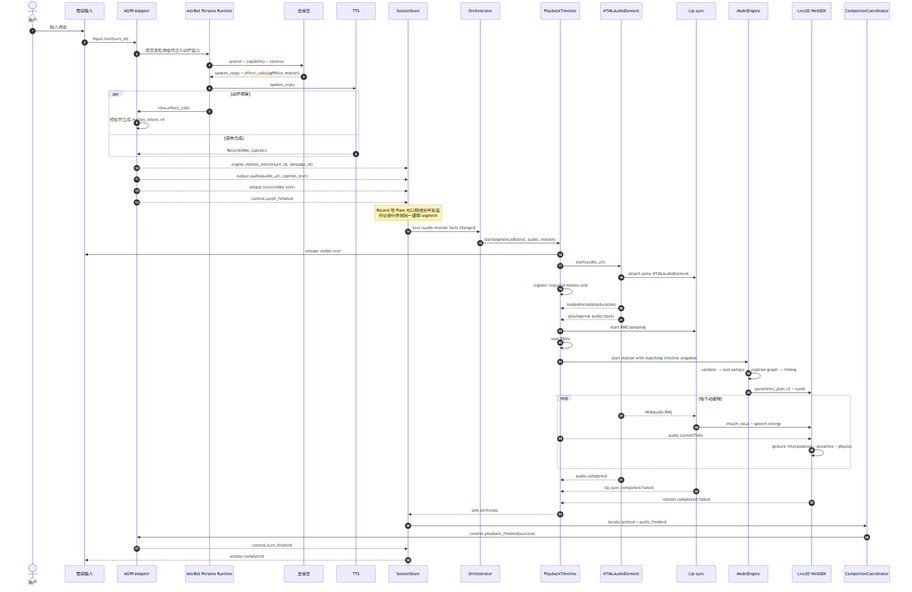
Before: docs/01-架构与结构/05-端到端消息播放时序图-正常播放时序.png, a diagram exported from Mermaid (murphys7017/AG99live). Its source is kept beside it as docs/01-架构与结构/05-端到端消息播放时序图-正常播放时序.mmd.
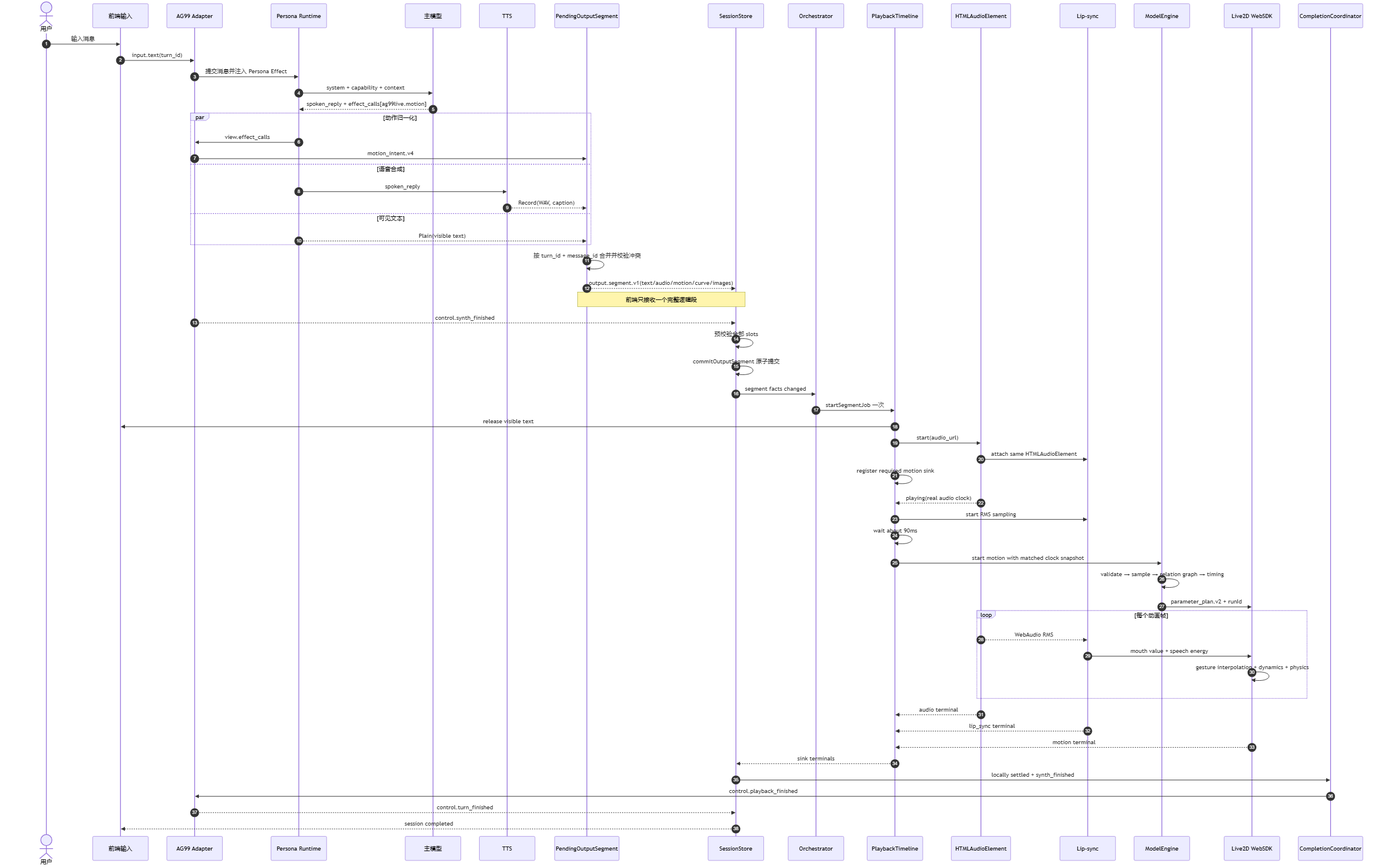
Later version of the same file.

The edit, as a diff of the source:
```diff
@@ -3,9 +3,10 @@
     actor User as 用户
     participant UI as 前端输入
     participant Adapter as AG99 Adapter
-    participant AstrBot as AstrBot Persona Runtime
+    participant AstrBot as Persona Runtime
     participant LLM as 主模型
     participant TTS as TTS
+    participant Buffer as PendingOutputSegment
     participant Store as SessionStore
     participant Orch as Orchestrator
     participant Timeline as PlaybackTimeline
@@ -17,49 +18,49 @@
 
     User->>UI: 输入消息
     UI->>Adapter: input.text(turn_id)
-    Adapter->>AstrBot: 提交本轮消息并注入动作能力
+    Adapter->>AstrBot: 提交消息并注入 Persona Effect
     AstrBot->>LLM: system + capability + context
     LLM-->>AstrBot: spoken_reply + effect_calls[ag99live.motion]
-    AstrBot->>TTS: spoken_reply
-    par 动作结果
+    par 动作归一化
         AstrBot->>Adapter: view.effect_calls
-        Adapter->>Adapter: 校验并生成 motion_intent.v4
+        Adapter->>Buffer: motion_intent.v4
     and 语音合成
-        TTS-->>Adapter: Record(WAV, caption)
+        AstrBot->>TTS: spoken_reply
+        TTS-->>Buffer: Record(WAV, caption)
+    and 可见文本
+        AstrBot-->>Buffer: Plain(visible text)
     end
+    Buffer->>Buffer: 按 turn_id + message_id 合并并校验冲突
+    Buffer-->>Store: output.segment.v1(text/audio/motion/curve/images)
+    Note over Buffer,Store: 前端只接收一个完整逻辑段
+    Adapter-->>Store: control.synth_finished
 
-    Adapter-->>Store: engine.motion_intent(turn_id, message_id)
-    Adapter-->>Store: output.audio(audio_url, caption_text)
-    Adapter-->>Store: output.text(visible text)
-    Adapter-->>Store: control.synth_finished
-    Note over Store: Record 与 Plain 可以物理分开发送<br/>但必须归并到同一逻辑 segment
-
-    Store->>Orch: text/audio/motion facts changed
-    Orch->>Timeline: startSegmentJob(text, audio, motion)
+    Store->>Store: 预校验全部 slots
+    Store->>Store: commitOutputSegment 原子提交
+    Store->>Orch: segment facts changed
+    Orch->>Timeline: startSegmentJob 一次
     Timeline->>UI: release visible text
     Timeline->>Audio: start(audio_url)
     Audio->>Lip: attach same HTMLAudioElement
     Timeline->>Timeline: register required motion sink
-    Audio-->>Timeline: loadedmetadata(duration)
     Audio-->>Timeline: playing(real audio clock)
     Timeline->>Lip: start RMS sampling
-    Timeline->>Timeline: wait 90ms
-    Timeline->>Engine: start motion with matching timeline snapshot
-    Engine->>Engine: validate → axis sample → relation graph → timing
+    Timeline->>Timeline: wait about 90ms
+    Timeline->>Engine: start motion with matched clock snapshot
+    Engine->>Engine: validate → sample → relation graph → timing
     Engine->>SDK: parameter_plan.v2 + runId
 
     loop 每个动画帧
         Audio-->>Lip: WebAudio RMS
         Lip->>SDK: mouth value + speech energy
-        Timeline-->>SDK: audio currentTime
         SDK->>SDK: gesture interpolation + dynamics + physics
     end
 
-    Audio-->>Timeline: audio completed
-    Lip-->>Timeline: lip_sync completed/failed
-    SDK-->>Timeline: motion completed/failed
+    Audio-->>Timeline: audio terminal
+    Lip-->>Timeline: lip_sync terminal
+    SDK-->>Timeline: motion terminal
     Timeline-->>Store: sink terminals
     Store->>Done: locally settled + synth_finished
-    Done->>Adapter: control.playback_finished(success)
+    Done->>Adapter: control.playback_finished
     Adapter-->>Store: control.turn_finished
     Store-->>UI: session completed
```
